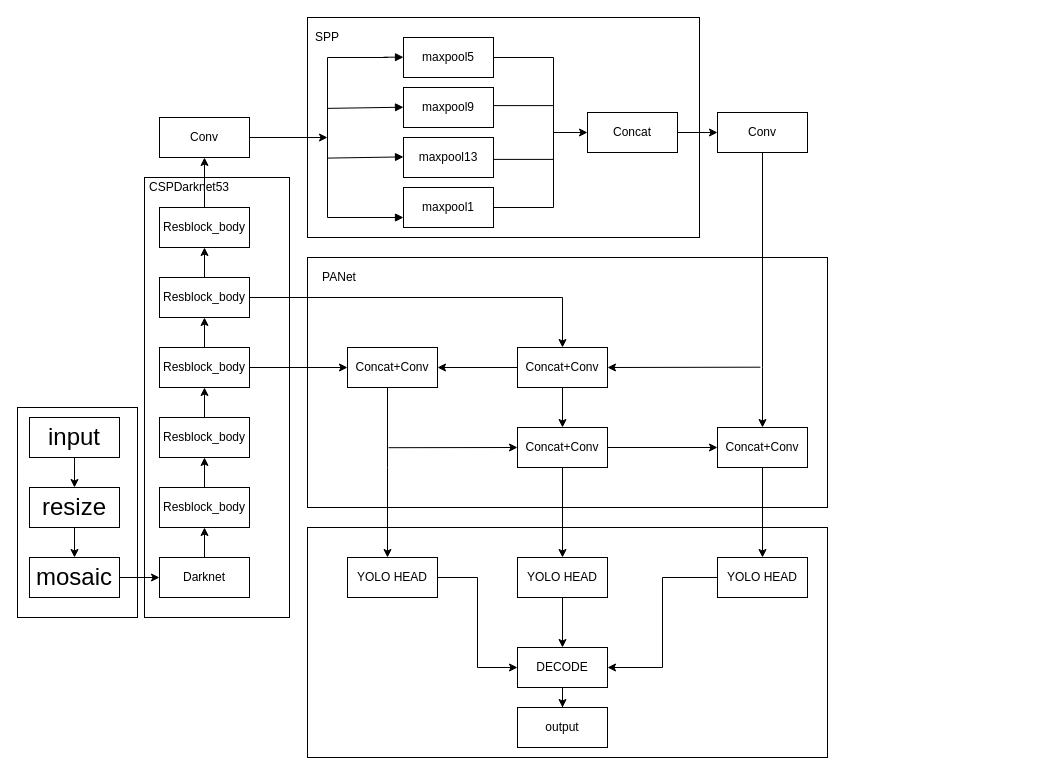
Before: page "第 2 页" (1 of 7) of Untitled Diagram.drawio in RyougiShki/hhhh, a draw.io diagram. Source tidied: cells renumbered, new cells numbered last; positions are measured from the earlier drawing's top-left corner, leaving out a move shared by most shapes. Both pictures are drawn from the tidied source at 100%, with x=0, y=0 at pixel (17, 17).
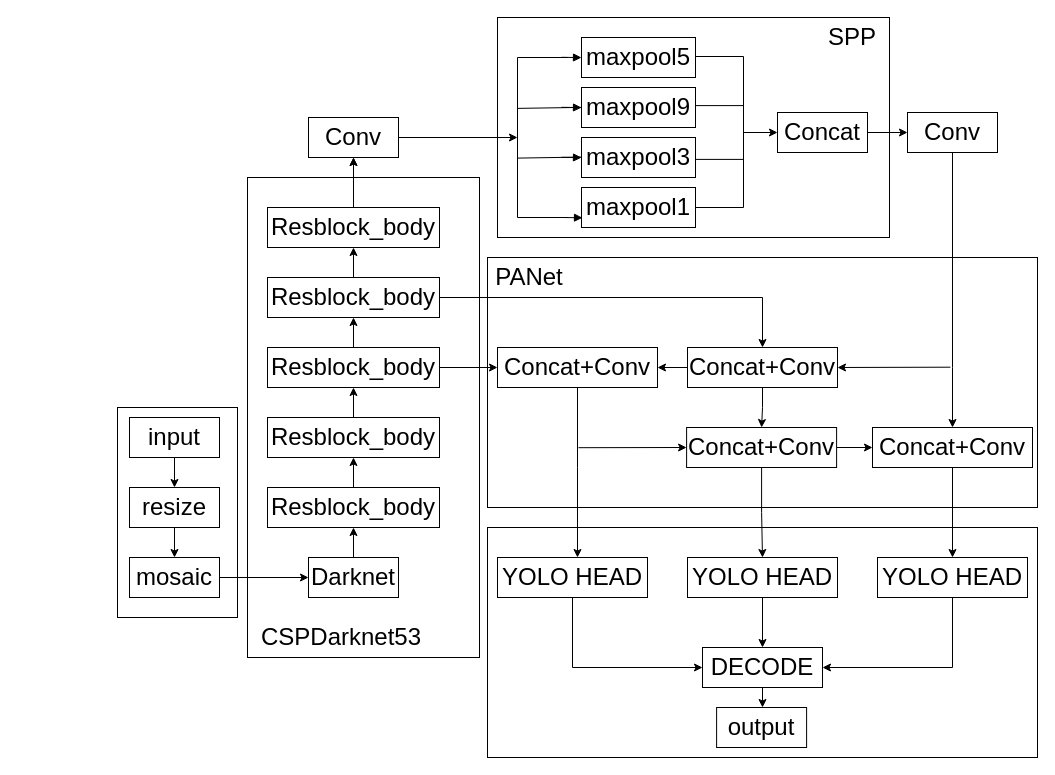
The same page after the edit.

Change to the diagram source:
```diff
@@
     <mxCell id="2" style="rounded=0;whiteSpace=wrap;html=1;" parent="1" vertex="1">
-      <mxGeometry x="290" y="510" width="520" height="230" as="geometry" />
+      <mxGeometry x="470" y="510" width="550" height="230" as="geometry" />
     </mxCell>
     <mxCell id="3" style="rounded=0;whiteSpace=wrap;html=1;" parent="1" vertex="1">
-      <mxGeometry y="390" width="120" height="210" as="geometry" />
+      <mxGeometry x="100" y="390" width="120" height="210" as="geometry" />
     </mxCell>
     <mxCell id="4" style="rounded=0;whiteSpace=wrap;html=1;" parent="1" vertex="1">
-      <mxGeometry x="290" width="392" height="220" as="geometry" />
+      <mxGeometry x="480" width="392" height="220" as="geometry" />
     </mxCell>
     <mxCell id="5" style="rounded=0;whiteSpace=wrap;html=1;" parent="1" vertex="1">
-      <mxGeometry x="290" y="240" width="520" height="250" as="geometry" />
+      <mxGeometry x="470" y="240" width="550" height="250" as="geometry" />
     </mxCell>
     <mxCell id="6" style="rounded=0;whiteSpace=wrap;html=1;" parent="1" vertex="1">
-      <mxGeometry x="127" y="160" width="145" height="440" as="geometry" />
+      <mxGeometry x="230" y="160" width="232" height="480" as="geometry" />
     </mxCell>
@@
     <mxCell id="8" value="&lt;font style=&quot;font-size: 24px&quot;&gt;resize&lt;/font&gt;" style="rounded=0;whiteSpace=wrap;html=1;" parent="1" vertex="1">
-      <mxGeometry x="12" y="470" width="90" height="40" as="geometry" />
+      <mxGeometry x="112" y="470" width="90" height="40" as="geometry" />
     </mxCell>
@@
     <mxCell id="10" value="&lt;font style=&quot;font-size: 24px&quot;&gt;mosaic&lt;/font&gt;" style="rounded=0;whiteSpace=wrap;html=1;" parent="1" vertex="1">
-      <mxGeometry x="12" y="540" width="90" height="40" as="geometry" />
+      <mxGeometry x="112" y="540" width="90" height="40" as="geometry" />
     </mxCell>
@@
-    <mxCell id="12" value="Darknet" style="rounded=0;whiteSpace=wrap;html=1;" parent="1" vertex="1">
-      <mxGeometry x="142" y="540" width="90" height="40" as="geometry" />
+    <mxCell id="12" value="&lt;font style=&quot;font-size: 24px&quot;&gt;Darknet&lt;/font&gt;" style="rounded=0;whiteSpace=wrap;html=1;" parent="1" vertex="1">
+      <mxGeometry x="291" y="540" width="90" height="40" as="geometry" />
     </mxCell>
-    <mxCell id="13" value="CSPDarknet53" style="text;html=1;strokeColor=none;fillColor=none;align=center;verticalAlign=middle;whiteSpace=wrap;rounded=0;" parent="1" vertex="1">
-      <mxGeometry x="152" y="150" width="40" height="40" as="geometry" />
-    </mxCell>
-    <mxCell id="14" value="PANet" style="text;html=1;strokeColor=none;fillColor=none;align=center;verticalAlign=middle;whiteSpace=wrap;rounded=0;" parent="1" vertex="1">
-      <mxGeometry x="302" y="250" width="40" height="20" as="geometry" />
+    <mxCell id="14" value="&lt;font style=&quot;font-size: 24px&quot;&gt;PANet&lt;/font&gt;" style="text;html=1;strokeColor=none;fillColor=none;align=center;verticalAlign=middle;whiteSpace=wrap;rounded=0;" parent="1" vertex="1">
+      <mxGeometry x="492" y="250" width="40" height="20" as="geometry" />
     </mxCell>
@@
-    <mxCell id="16" value="Resblock_body" style="rounded=0;whiteSpace=wrap;html=1;" parent="1" vertex="1">
-      <mxGeometry x="142" y="470" width="90" height="40" as="geometry" />
+    <mxCell id="16" value="&lt;font style=&quot;font-size: 24px&quot;&gt;Resblock_body&lt;/font&gt;" style="rounded=0;whiteSpace=wrap;html=1;" parent="1" vertex="1">
+      <mxGeometry x="250" y="470" width="172" height="40" as="geometry" />
     </mxCell>
@@
-    <mxCell id="18" value="&lt;span&gt;Resblock_body&lt;/span&gt;" style="rounded=0;whiteSpace=wrap;html=1;" parent="1" vertex="1">
-      <mxGeometry x="142" y="400" width="90" height="40" as="geometry" />
+    <mxCell id="18" value="&lt;span&gt;&lt;font style=&quot;font-size: 24px&quot;&gt;Resblock_body&lt;/font&gt;&lt;/span&gt;" style="rounded=0;whiteSpace=wrap;html=1;" parent="1" vertex="1">
+      <mxGeometry x="250" y="400" width="172" height="40" as="geometry" />
     </mxCell>
@@
-    <mxCell id="21" value="&lt;span&gt;Resblock_body&lt;/span&gt;" style="rounded=0;whiteSpace=wrap;html=1;" parent="1" vertex="1">
-      <mxGeometry x="142" y="330" width="90" height="40" as="geometry" />
+    <mxCell id="21" value="&lt;span&gt;&lt;font style=&quot;font-size: 24px&quot;&gt;Resblock_body&lt;/font&gt;&lt;/span&gt;" style="rounded=0;whiteSpace=wrap;html=1;" parent="1" vertex="1">
+      <mxGeometry x="250" y="330" width="172" height="40" as="geometry" />
     </mxCell>
@@
-    <mxCell id="24" value="&lt;span&gt;Resblock_body&lt;/span&gt;" style="rounded=0;whiteSpace=wrap;html=1;" parent="1" vertex="1">
-      <mxGeometry x="142" y="260" width="90" height="40" as="geometry" />
+    <mxCell id="24" value="&lt;span&gt;&lt;font style=&quot;font-size: 24px&quot;&gt;Resblock_body&lt;/font&gt;&lt;/span&gt;" style="rounded=0;whiteSpace=wrap;html=1;" parent="1" vertex="1">
+      <mxGeometry x="250" y="260" width="172" height="40" as="geometry" />
     </mxCell>
@@
+    <mxCell id="69" style="edgeStyle=orthogonalEdgeStyle;rounded=0;jettySize=auto;html=1;" parent="1" edge="1" source="26" target="35">
+      <mxGeometry relative="1" as="geometry" />
+    </mxCell>
-    <mxCell id="26" value="&lt;span&gt;Resblock_body&lt;/span&gt;" style="rounded=0;whiteSpace=wrap;html=1;" parent="1" vertex="1">
-      <mxGeometry x="142" y="190" width="90" height="40" as="geometry" />
+    <mxCell id="26" value="&lt;span&gt;&lt;font style=&quot;font-size: 24px&quot;&gt;Resblock_body&lt;/font&gt;&lt;/span&gt;" style="rounded=0;whiteSpace=wrap;html=1;" parent="1" vertex="1">
+      <mxGeometry x="250" y="190" width="172" height="40" as="geometry" />
     </mxCell>
@@
     <mxCell id="28" value="&lt;font style=&quot;font-size: 24px&quot;&gt;input&lt;/font&gt;" style="rounded=0;whiteSpace=wrap;html=1;" parent="1" vertex="1">
-      <mxGeometry x="12" y="400" width="90" height="40" as="geometry" />
+      <mxGeometry x="112" y="400" width="90" height="40" as="geometry" />
     </mxCell>
     <mxCell id="29" style="edgeStyle=orthogonalEdgeStyle;rounded=0;jettySize=auto;html=1;" parent="1" edge="1" source="30" target="56">
       <mxGeometry relative="1" as="geometry">
         <Array as="points">
-          <mxPoint x="370" y="450" />
-          <mxPoint x="370" y="450" />
+          <mxPoint x="560" y="450" />
+          <mxPoint x="560" y="450" />
         </Array>
       </mxGeometry>
     </mxCell>
-    <mxCell id="30" value="Concat+Conv" style="rounded=0;whiteSpace=wrap;html=1;" parent="1" vertex="1">
-      <mxGeometry x="330" y="330" width="90" height="40" as="geometry" />
+    <mxCell id="30" value="&lt;font style=&quot;font-size: 24px&quot;&gt;Concat+Conv&lt;/font&gt;" style="rounded=0;whiteSpace=wrap;html=1;" parent="1" vertex="1">
+      <mxGeometry x="480" y="330" width="160" height="40" as="geometry" />
     </mxCell>
@@
-    <mxCell id="33" value="&lt;span&gt;Concat+Conv&lt;/span&gt;" style="rounded=0;whiteSpace=wrap;html=1;" parent="1" vertex="1">
-      <mxGeometry x="500" y="330" width="90" height="40" as="geometry" />
+    <mxCell id="33" value="&lt;span&gt;&lt;font style=&quot;font-size: 24px&quot;&gt;Concat+Conv&lt;/font&gt;&lt;/span&gt;" style="rounded=0;whiteSpace=wrap;html=1;" parent="1" vertex="1">
+      <mxGeometry x="670" y="330" width="150" height="40" as="geometry" />
     </mxCell>
@@
-    <mxCell id="35" value="Conv" style="rounded=0;whiteSpace=wrap;html=1;" parent="1" vertex="1">
-      <mxGeometry x="142" y="100" width="90" height="40" as="geometry" />
+    <mxCell id="35" value="&lt;font style=&quot;font-size: 24px&quot;&gt;Conv&lt;/font&gt;" style="rounded=0;whiteSpace=wrap;html=1;" parent="1" vertex="1">
+      <mxGeometry x="291" y="100" width="90" height="40" as="geometry" />
     </mxCell>
-    <mxCell id="36" value="&lt;span&gt;maxpool1&lt;/span&gt;" style="rounded=0;whiteSpace=wrap;html=1;" parent="1" vertex="1">
-      <mxGeometry x="386" y="170" width="90" height="40" as="geometry" />
-    </mxCell>
-    <mxCell id="37" value="&lt;span&gt;maxpool9&lt;/span&gt;" style="rounded=0;whiteSpace=wrap;html=1;" parent="1" vertex="1">
-      <mxGeometry x="386" y="70" width="90" height="40" as="geometry" />
-    </mxCell>
-    <mxCell id="38" value="maxpool5" style="rounded=0;whiteSpace=wrap;html=1;" parent="1" vertex="1">
-      <mxGeometry x="386" y="20" width="90" height="40" as="geometry" />
+    <mxCell id="38" value="&lt;font style=&quot;font-size: 24px&quot;&gt;maxpool5&lt;/font&gt;" style="rounded=0;whiteSpace=wrap;html=1;" parent="1" vertex="1">
+      <mxGeometry x="564" y="20" width="114" height="40" as="geometry" />
     </mxCell>
     <mxCell id="39" style="endArrow=block;endFill=1;endSize=6;html=1;" parent="1" edge="1">
       <mxGeometry relative="1" as="geometry">
-        <mxPoint x="366" y="39.7" as="sourcePoint" />
-        <mxPoint x="386" y="39.7" as="targetPoint" />
+        <mxPoint x="544" y="39.8" as="sourcePoint" />
+        <mxPoint x="564" y="40.1" as="targetPoint" />
       </mxGeometry>
     </mxCell>
-    <mxCell id="40" value="&lt;span&gt;maxpool13&lt;/span&gt;" style="rounded=0;whiteSpace=wrap;html=1;" parent="1" vertex="1">
-      <mxGeometry x="386" y="120" width="90" height="40" as="geometry" />
-    </mxCell>
     <mxCell id="41" style="shape=partialRectangle;whiteSpace=wrap;html=1;bottom=1;right=1;left=1;top=0;fillColor=none;routingCenterX=-0.5;rotation=-90;" parent="1" vertex="1">
-      <mxGeometry x="431" y="85" width="150" height="60" as="geometry" />
+      <mxGeometry x="626.5" y="90.5" width="151" height="48" as="geometry" />
     </mxCell>
@@
     <mxCell id="43" style="shape=partialRectangle;whiteSpace=wrap;html=1;bottom=1;right=1;left=1;top=0;fillColor=none;routingCenterX=-0.5;rotation=-90;" parent="1" vertex="1">
-      <mxGeometry x="479.1" y="85" width="53.8" height="60" as="geometry" />
+      <mxGeometry x="669.1" y="85" width="53.8" height="60" as="geometry" />
     </mxCell>
@@
-    <mxCell id="45" value="Concat" style="rounded=0;whiteSpace=wrap;html=1;" parent="1" vertex="1">
-      <mxGeometry x="570" y="95" width="90" height="40" as="geometry" />
+    <mxCell id="45" value="&lt;font style=&quot;font-size: 24px&quot;&gt;Concat&lt;/font&gt;" style="rounded=0;whiteSpace=wrap;html=1;" parent="1" vertex="1">
+      <mxGeometry x="760" y="95" width="90" height="40" as="geometry" />
     </mxCell>
     <mxCell id="46" style="shape=partialRectangle;whiteSpace=wrap;html=1;bottom=1;right=1;left=1;top=0;fillColor=none;routingCenterX=-0.5;rotation=90;" parent="1" vertex="1">
-      <mxGeometry x="260" y="90" width="160" height="60" as="geometry" />
+      <mxGeometry x="445" y="95" width="160" height="50" as="geometry" />
     </mxCell>
     <mxCell id="47" style="endArrow=block;endFill=1;endSize=6;html=1;" parent="1" edge="1">
       <mxGeometry relative="1" as="geometry">
-        <mxPoint x="366" y="200" as="sourcePoint" />
-        <mxPoint x="386" y="200" as="targetPoint" />
+        <mxPoint x="556" y="200" as="sourcePoint" />
+        <mxPoint x="576" y="200" as="targetPoint" />
       </mxGeometry>
     </mxCell>
     <mxCell id="48" style="endArrow=block;endFill=1;endSize=6;html=1;exitX=0.318;exitY=0.998;exitDx=0;exitDy=0;exitPerimeter=0;" parent="1" edge="1" source="46">
       <mxGeometry relative="1" as="geometry">
-        <mxPoint x="386" y="89.7" as="targetPoint" />
+        <mxPoint x="576" y="89.7" as="targetPoint" />
       </mxGeometry>
     </mxCell>
     <mxCell id="49" style="endArrow=block;endFill=1;endSize=6;html=1;exitX=0.318;exitY=0.998;exitDx=0;exitDy=0;exitPerimeter=0;" parent="1" edge="1">
       <mxGeometry relative="1" as="geometry">
-        <mxPoint x="310.1" y="140.6" as="sourcePoint" />
-        <mxPoint x="386" y="139.4" as="targetPoint" />
+        <mxPoint x="500.1" y="140.6" as="sourcePoint" />
+        <mxPoint x="576" y="139.4" as="targetPoint" />
       </mxGeometry>
     </mxCell>
-    <mxCell id="50" value="SPP" style="text;html=1;strokeColor=none;fillColor=none;align=center;verticalAlign=middle;whiteSpace=wrap;rounded=0;" parent="1" vertex="1">
-      <mxGeometry x="290" y="10" width="40" height="20" as="geometry" />
+    <mxCell id="50" value="&lt;font style=&quot;font-size: 24px&quot;&gt;SPP&lt;/font&gt;" style="text;html=1;strokeColor=none;fillColor=none;align=center;verticalAlign=middle;whiteSpace=wrap;rounded=0;" parent="1" vertex="1">
+      <mxGeometry x="815" y="10" width="40" height="20" as="geometry" />
     </mxCell>
     <mxCell id="51" style="edgeStyle=orthogonalEdgeStyle;rounded=0;jettySize=auto;html=1;" parent="1" edge="1" source="52" target="54">
       <mxGeometry relative="1" as="geometry">
         <Array as="points">
-          <mxPoint x="745" y="350" />
-          <mxPoint x="745" y="350" />
+          <mxPoint x="935" y="350" />
+          <mxPoint x="935" y="350" />
         </Array>
       </mxGeometry>
     </mxCell>
-    <mxCell id="52" value="Conv" style="rounded=0;whiteSpace=wrap;html=1;" parent="1" vertex="1">
-      <mxGeometry x="700" y="95" width="90" height="40" as="geometry" />
+    <mxCell id="52" value="&lt;font style=&quot;font-size: 24px&quot;&gt;Conv&lt;/font&gt;" style="rounded=0;whiteSpace=wrap;html=1;" parent="1" vertex="1">
+      <mxGeometry x="890" y="95" width="90" height="40" as="geometry" />
     </mxCell>
@@
-    <mxCell id="54" value="&lt;span&gt;Concat+Conv&lt;/span&gt;" style="rounded=0;whiteSpace=wrap;html=1;" parent="1" vertex="1">
-      <mxGeometry x="700" y="410" width="90" height="40" as="geometry" />
+    <mxCell id="54" value="&lt;span&gt;&lt;font style=&quot;font-size: 24px&quot;&gt;Concat+Conv&lt;/font&gt;&lt;/span&gt;" style="rounded=0;whiteSpace=wrap;html=1;" parent="1" vertex="1">
+      <mxGeometry x="855" y="410" width="160" height="40" as="geometry" />
     </mxCell>
     <mxCell id="55" style="edgeStyle=orthogonalEdgeStyle;rounded=0;jettySize=auto;html=1;entryX=0;entryY=0.5;entryDx=0;entryDy=0;" parent="1" edge="1" source="56" target="67">
-      <mxGeometry relative="1" as="geometry" />
+      <mxGeometry relative="1" as="geometry">
+        <Array as="points">
+          <mxPoint x="555" y="650" />
+        </Array>
+      </mxGeometry>
     </mxCell>
-    <mxCell id="56" value="YOLO HEAD" style="rounded=0;whiteSpace=wrap;html=1;" parent="1" vertex="1">
-      <mxGeometry x="330" y="540" width="90" height="40" as="geometry" />
+    <mxCell id="56" value="&lt;font style=&quot;font-size: 24px&quot;&gt;YOLO HEAD&lt;/font&gt;" style="rounded=0;whiteSpace=wrap;html=1;" parent="1" vertex="1">
+      <mxGeometry x="480" y="540" width="150" height="40" as="geometry" />
     </mxCell>
@@
-    <mxCell id="58" value="&lt;span&gt;YOLO HEAD&lt;/span&gt;" style="rounded=0;whiteSpace=wrap;html=1;" parent="1" vertex="1">
-      <mxGeometry x="500" y="540" width="90" height="40" as="geometry" />
+    <mxCell id="58" value="&lt;span&gt;&lt;font style=&quot;font-size: 24px&quot;&gt;YOLO HEAD&lt;/font&gt;&lt;/span&gt;" style="rounded=0;whiteSpace=wrap;html=1;" parent="1" vertex="1">
+      <mxGeometry x="670" y="540" width="150" height="40" as="geometry" />
     </mxCell>
     <mxCell id="59" style="edgeStyle=orthogonalEdgeStyle;rounded=0;jettySize=auto;html=1;entryX=1;entryY=0.5;entryDx=0;entryDy=0;" parent="1" edge="1" source="60" target="67">
-      <mxGeometry relative="1" as="geometry" />
+      <mxGeometry relative="1" as="geometry">
+        <Array as="points">
+          <mxPoint x="935" y="650" />
+        </Array>
+      </mxGeometry>
     </mxCell>
-    <mxCell id="60" value="&lt;span&gt;YOLO HEAD&lt;/span&gt;" style="rounded=0;whiteSpace=wrap;html=1;" parent="1" vertex="1">
-      <mxGeometry x="700" y="540" width="90" height="40" as="geometry" />
+    <mxCell id="60" value="&lt;span&gt;&lt;font style=&quot;font-size: 24px&quot;&gt;YOLO HEAD&lt;/font&gt;&lt;/span&gt;" style="rounded=0;whiteSpace=wrap;html=1;" parent="1" vertex="1">
+      <mxGeometry x="860" y="540" width="150" height="40" as="geometry" />
     </mxCell>
@@
-    <mxCell id="63" value="&lt;span&gt;Concat+Conv&lt;/span&gt;" style="rounded=0;whiteSpace=wrap;html=1;" parent="1" vertex="1">
-      <mxGeometry x="500" y="410" width="90" height="40" as="geometry" />
+    <mxCell id="63" value="&lt;span&gt;&lt;font style=&quot;font-size: 24px&quot;&gt;Concat+Conv&lt;/font&gt;&lt;/span&gt;" style="rounded=0;whiteSpace=wrap;html=1;" parent="1" vertex="1">
+      <mxGeometry x="669.1" y="410" width="150" height="40" as="geometry" />
     </mxCell>
     <mxCell id="64" style="endArrow=classic;html=1;entryX=0;entryY=0.5;entryDx=0;entryDy=0;" parent="1" edge="1" target="63">
       <mxGeometry relative="1" as="geometry">
-        <mxPoint x="371" y="430.2" as="sourcePoint" />
+        <mxPoint x="561" y="430.2" as="sourcePoint" />
       </mxGeometry>
     </mxCell>
     <mxCell id="65" style="endArrow=classic;html=1;entryX=1;entryY=0.5;entryDx=0;entryDy=0;" parent="1" edge="1" target="33">
       <mxGeometry relative="1" as="geometry">
-        <mxPoint x="742.9" y="349.7" as="sourcePoint" />
+        <mxPoint x="932.9" y="349.7" as="sourcePoint" />
       </mxGeometry>
     </mxCell>
@@
-    <mxCell id="67" value="DECODE" style="rounded=0;whiteSpace=wrap;html=1;" parent="1" vertex="1">
-      <mxGeometry x="500" y="630" width="90" height="40" as="geometry" />
+    <mxCell id="67" value="&lt;font style=&quot;font-size: 24px&quot;&gt;DECODE&lt;/font&gt;" style="rounded=0;whiteSpace=wrap;html=1;" parent="1" vertex="1">
+      <mxGeometry x="685" y="630" width="120" height="40" as="geometry" />
     </mxCell>
-    <mxCell id="68" value="output" style="rounded=0;whiteSpace=wrap;html=1;" parent="1" vertex="1">
-      <mxGeometry x="500" y="690" width="90" height="40" as="geometry" />
+    <mxCell id="68" value="&lt;font style=&quot;font-size: 24px&quot;&gt;output&lt;/font&gt;" style="rounded=0;whiteSpace=wrap;html=1;" parent="1" vertex="1">
+      <mxGeometry x="699.1" y="690" width="90" height="40" as="geometry" />
     </mxCell>
+    <mxCell id="37" value="&lt;font style=&quot;font-size: 24px&quot;&gt;maxpool9&lt;/font&gt;" style="rounded=0;whiteSpace=wrap;html=1;" parent="1" vertex="1">
+      <mxGeometry x="564" y="70" width="114" height="40" as="geometry" />
+    </mxCell>
+    <mxCell id="70" value="&lt;font style=&quot;font-size: 24px&quot;&gt;maxpool3&lt;/font&gt;" style="rounded=0;whiteSpace=wrap;html=1;" parent="1" vertex="1">
+      <mxGeometry x="564" y="120" width="114" height="40" as="geometry" />
+    </mxCell>
+    <mxCell id="36" value="&lt;font style=&quot;font-size: 24px&quot;&gt;maxpool1&lt;/font&gt;" style="rounded=0;whiteSpace=wrap;html=1;" parent="1" vertex="1">
+      <mxGeometry x="564" y="170" width="114" height="40" as="geometry" />
+    </mxCell>
+    <mxCell id="71" style="endArrow=block;endFill=1;endSize=6;html=1;" parent="1" edge="1">
+      <mxGeometry relative="1" as="geometry">
+        <mxPoint x="544" y="89.8" as="sourcePoint" />
+        <mxPoint x="564" y="90.1" as="targetPoint" />
+      </mxGeometry>
+    </mxCell>
+    <mxCell id="72" style="endArrow=block;endFill=1;endSize=6;html=1;" parent="1" edge="1">
+      <mxGeometry relative="1" as="geometry">
+        <mxPoint x="544" y="139.8" as="sourcePoint" />
+        <mxPoint x="564" y="140.1" as="targetPoint" />
+      </mxGeometry>
+    </mxCell>
+    <mxCell id="73" style="endArrow=block;endFill=1;endSize=6;html=1;" parent="1" edge="1">
+      <mxGeometry relative="1" as="geometry">
+        <mxPoint x="545" y="200" as="sourcePoint" />
+        <mxPoint x="565" y="200.3" as="targetPoint" />
+      </mxGeometry>
+    </mxCell>
+    <mxCell id="13" value="&lt;font style=&quot;font-size: 24px&quot;&gt;CSPDarknet53&lt;/font&gt;" style="text;html=1;strokeColor=none;fillColor=none;align=center;verticalAlign=middle;whiteSpace=wrap;rounded=0;" parent="1" vertex="1">
+      <mxGeometry x="244" y="600" width="160" height="40" as="geometry" />
+    </mxCell>
```
